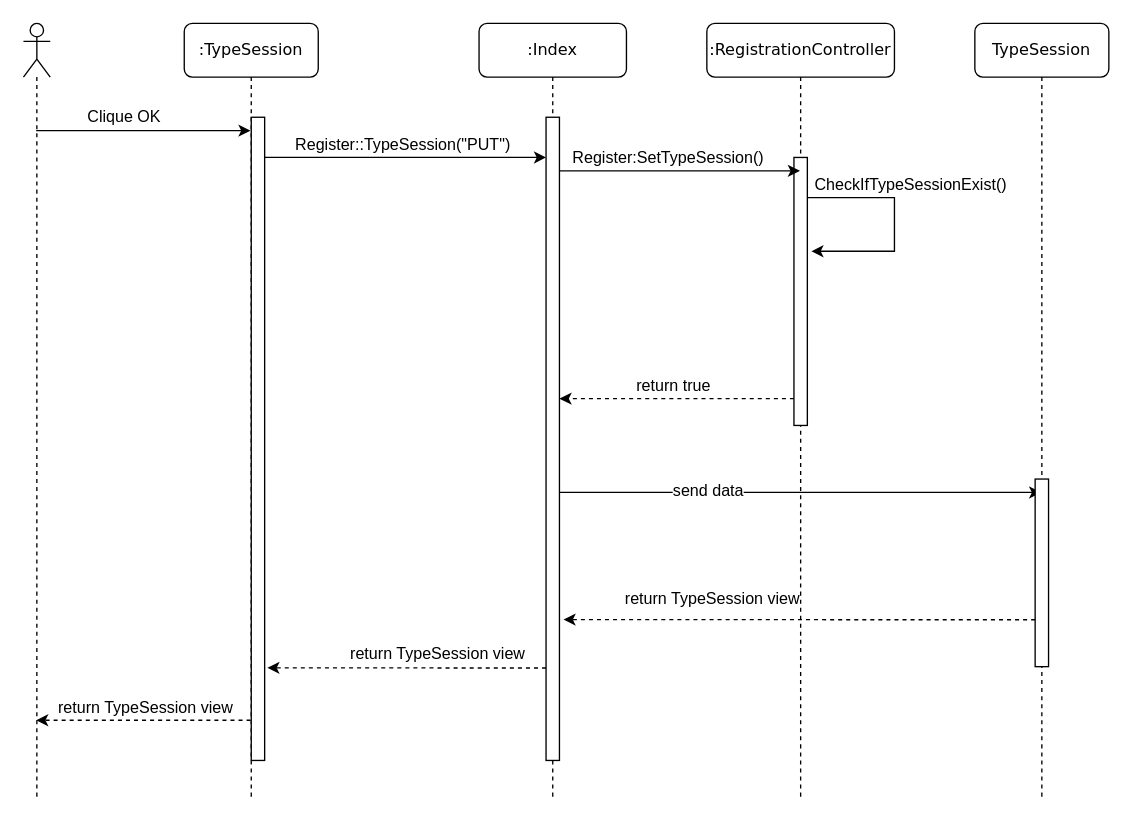
Before: Rapport/Diagramme/sequence-us11.drawio in victorsmits/Aquabike, a draw.io diagram. Source tidied: cells renumbered, new cells numbered last; positions are measured from the earlier drawing's top-left corner, leaving out a move shared by most shapes. Both pictures are drawn from the tidied source at 134%, with x=0, y=0 at pixel (23, 23).
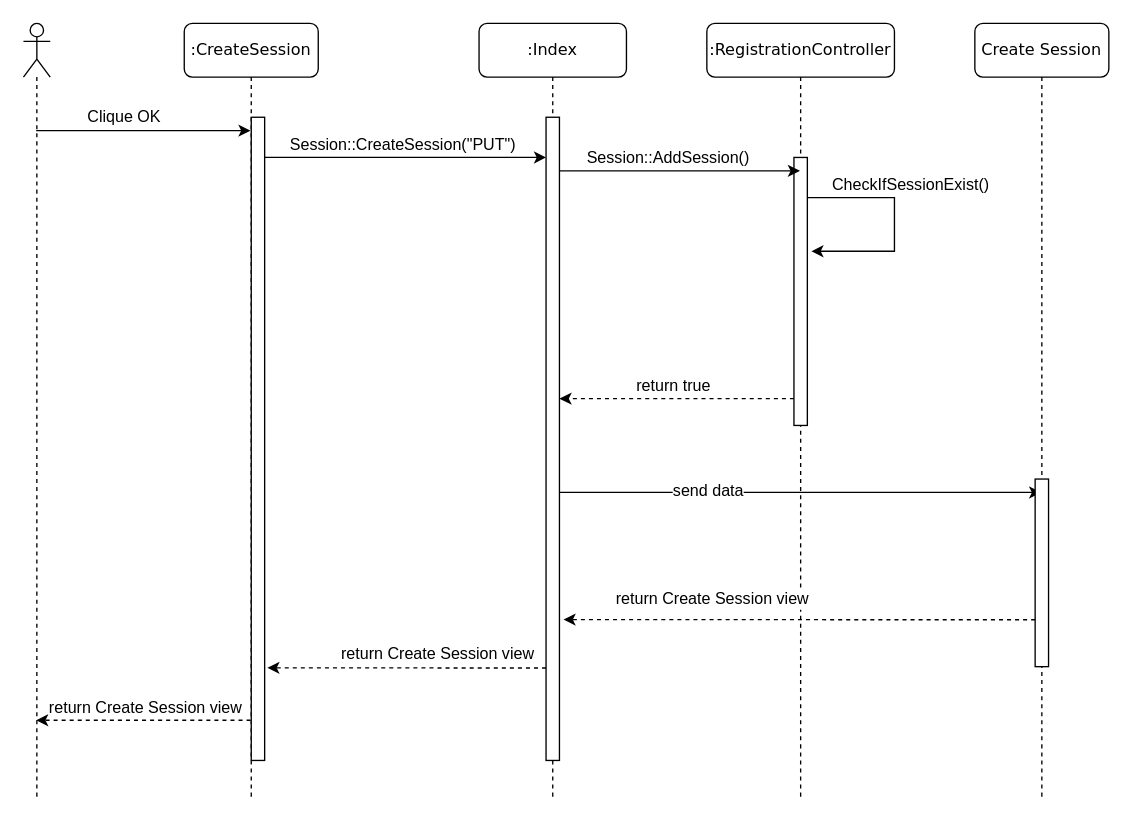
The same page after the edit.

Unchanged cells that the change refers to:
```xml
<mxCell id="2" style="edgeStyle=orthogonalEdgeStyle;rounded=0;jettySize=auto;html=1;dashed=1;" parent="1" edge="1" source="4" target="19">
  <mxGeometry relative="1" as="geometry">
    <Array as="points">
      <mxPoint x="100" y="520" />
      <mxPoint x="100" y="520" />
    </Array>
  </mxGeometry>
</mxCell>
<mxCell id="8" style="edgeStyle=orthogonalEdgeStyle;rounded=0;jettySize=auto;html=1;" parent="6" edge="1" source="7">
  <mxGeometry relative="1" as="geometry">
    <mxPoint x="78" y="170" as="targetPoint" />
    <Array as="points">
      <mxPoint x="140" y="130" />
      <mxPoint x="140" y="170" />
    </Array>
  </mxGeometry>
</mxCell>
<mxCell id="10" style="edgeStyle=orthogonalEdgeStyle;rounded=0;jettySize=auto;html=1;" parent="1" edge="1" source="14" target="6">
  <mxGeometry relative="1" as="geometry">
    <Array as="points">
      <mxPoint x="500" y="110" />
      <mxPoint x="500" y="110" />
    </Array>
  </mxGeometry>
</mxCell>
<mxCell id="21" style="edgeStyle=orthogonalEdgeStyle;rounded=0;jettySize=auto;html=1;" parent="1" edge="1" source="5" target="15">
  <mxGeometry relative="1" as="geometry">
    <Array as="points">
      <mxPoint x="250" y="100" />
      <mxPoint x="250" y="100" />
    </Array>
  </mxGeometry>
</mxCell>
<mxCell id="25" style="edgeStyle=orthogonalEdgeStyle;rounded=0;jettySize=auto;html=1;entryX=1.3;entryY=0.781;entryDx=0;entryDy=0;entryPerimeter=0;dashed=1;" parent="1" edge="1" source="17" target="15">
  <mxGeometry relative="1" as="geometry">
    <Array as="points">
      <mxPoint x="670" y="445" />
      <mxPoint x="670" y="445" />
    </Array>
  </mxGeometry>
</mxCell>
<mxCell id="27" style="edgeStyle=orthogonalEdgeStyle;rounded=0;jettySize=auto;html=1;entryX=1.2;entryY=0.856;entryDx=0;entryDy=0;entryPerimeter=0;dashed=1;" parent="1" edge="1" source="15" target="5">
  <mxGeometry relative="1" as="geometry">
    <Array as="points">
      <mxPoint x="340" y="481" />
      <mxPoint x="340" y="481" />
    </Array>
  </mxGeometry>
</mxCell>
```

Change to the diagram source:
```diff
@@
-    <mxCell id="3" value="return TypeSession view" style="text;html=1;align=center;verticalAlign=middle;labelBackgroundColor=#ffffff;" parent="2" vertex="1">
+    <mxCell id="3" value="return Create Session view" style="text;html=1;align=center;verticalAlign=middle;labelBackgroundColor=#ffffff;" parent="2" vertex="1">
       <mxGeometry x="-0.13" y="6" relative="1" as="geometry">
         <mxPoint x="-9.5" y="-16" as="offset" />
       </mxGeometry>
     </mxCell>
-    <mxCell id="4" value=":TypeSession" style="shape=umlLifeline;perimeter=lifelinePerimeter;whiteSpace=wrap;html=1;outlineConnect=0;rounded=1;shadow=0;comic=0;labelBackgroundColor=none;strokeWidth=1;fontFamily=Verdana;fontSize=12;align=center;" parent="1" vertex="1">
+    <mxCell id="4" value=":CreateSession" style="shape=umlLifeline;perimeter=lifelinePerimeter;whiteSpace=wrap;html=1;outlineConnect=0;rounded=1;shadow=0;comic=0;labelBackgroundColor=none;strokeWidth=1;fontFamily=Verdana;fontSize=12;align=center;" parent="1" vertex="1">
       <mxGeometry x="120" width="100" height="580" as="geometry" />
     </mxCell>
@@
-    <mxCell id="9" value="CheckIfTypeSessionExist()" style="text;html=1;align=center;verticalAlign=middle;labelBackgroundColor=#ffffff;" parent="8" vertex="1">
+    <mxCell id="9" value="CheckIfSessionExist()" style="text;html=1;align=center;verticalAlign=middle;labelBackgroundColor=#ffffff;" parent="8" vertex="1">
       <mxGeometry x="-0.5" y="-1" relative="1" as="geometry">
         <mxPoint x="34" y="-11" as="offset" />
       </mxGeometry>
     </mxCell>
@@
-    <mxCell id="11" value="Register:SetTypeSession()" style="text;html=1;align=center;verticalAlign=middle;labelBackgroundColor=#ffffff;" parent="10" vertex="1">
+    <mxCell id="11" value="Session::AddSession()" style="text;html=1;align=center;verticalAlign=middle;labelBackgroundColor=#ffffff;" parent="10" vertex="1">
       <mxGeometry x="0.14" y="-1" relative="1" as="geometry">
         <mxPoint x="-19.5" y="-11" as="offset" />
       </mxGeometry>
     </mxCell>
@@
-    <mxCell id="16" value="TypeSession" style="shape=umlLifeline;perimeter=lifelinePerimeter;whiteSpace=wrap;html=1;outlineConnect=0;rounded=1;shadow=0;comic=0;labelBackgroundColor=none;strokeWidth=1;fontFamily=Verdana;fontSize=12;align=center;" parent="1" vertex="1">
+    <mxCell id="16" value="Create Session" style="shape=umlLifeline;perimeter=lifelinePerimeter;whiteSpace=wrap;html=1;outlineConnect=0;rounded=1;shadow=0;comic=0;labelBackgroundColor=none;strokeWidth=1;fontFamily=Verdana;fontSize=12;align=center;" parent="1" vertex="1">
       <mxGeometry x="710" width="100" height="580" as="geometry" />
     </mxCell>
@@
-    <mxCell id="22" value="Register::TypeSession(&quot;PUT&quot;)" style="text;html=1;align=center;verticalAlign=middle;labelBackgroundColor=#ffffff;" parent="21" vertex="1">
+    <mxCell id="22" value="Session::CreateSession(&quot;PUT&quot;)" style="text;html=1;align=center;verticalAlign=middle;labelBackgroundColor=#ffffff;" parent="21" vertex="1">
       <mxGeometry x="0.06" y="-2" relative="1" as="geometry">
         <mxPoint x="-9" y="-12" as="offset" />
       </mxGeometry>
     </mxCell>
@@
-    <mxCell id="26" value="return TypeSession view" style="text;html=1;align=center;verticalAlign=middle;labelBackgroundColor=#ffffff;" parent="25" vertex="1">
+    <mxCell id="26" value="return Create Session view" style="text;html=1;align=center;verticalAlign=middle;labelBackgroundColor=#ffffff;" parent="25" vertex="1">
       <mxGeometry x="0.23" y="1" relative="1" as="geometry">
         <mxPoint x="-25" y="-16" as="offset" />
       </mxGeometry>
     </mxCell>
@@
-    <mxCell id="28" value="return TypeSession view" style="text;html=1;align=center;verticalAlign=middle;labelBackgroundColor=#ffffff;" parent="27" vertex="1">
+    <mxCell id="28" value="return Create Session view" style="text;html=1;align=center;verticalAlign=middle;labelBackgroundColor=#ffffff;" parent="27" vertex="1">
       <mxGeometry x="-0.21" y="-2" relative="1" as="geometry">
         <mxPoint y="-8" as="offset" />
       </mxGeometry>
     </mxCell>
```
